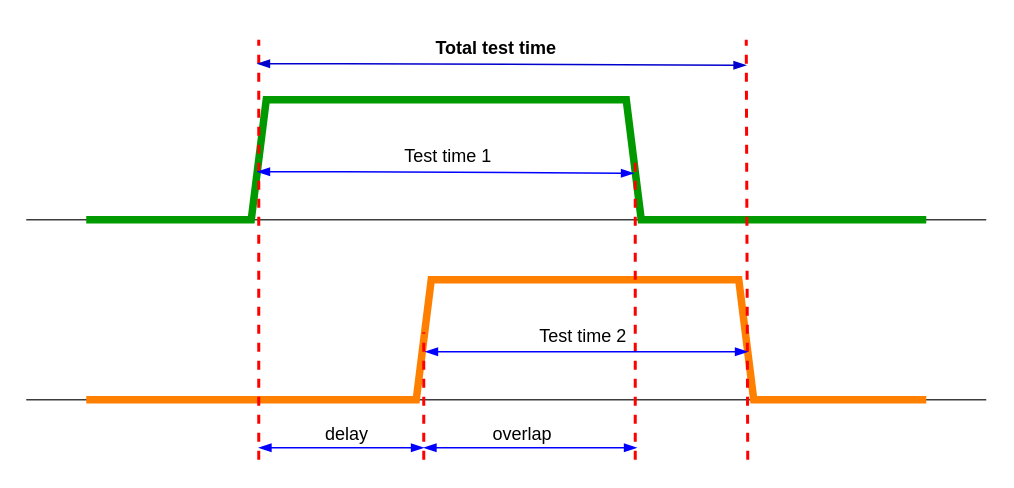
This is miscelaneous/time diagram.drawio from rnt-code/Mini-Test-App-QMH-ver-, a draw.io file, before an edit. Source tidied: cells renumbered, new cells numbered last; positions are measured from the earlier drawing's top-left corner, leaving out a move shared by most shapes. Both pictures are drawn from the tidied source at 150%, with x=0, y=0 at pixel (26, 26).
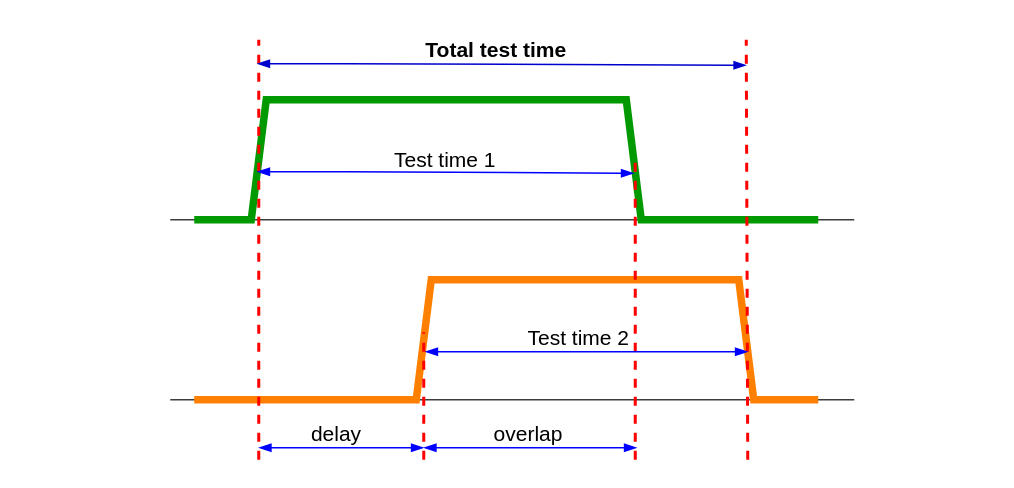
Above is the later version.

Diff of the diagram source:
```diff
@@
     <mxCell id="2" style="endArrow=none;html=1;rounded=0;strokeColor=#3D3D3D;" parent="1" edge="1">
       <mxGeometry relative="1" as="geometry">
-        <mxPoint y="249" as="sourcePoint" />
-        <mxPoint x="640" y="249" as="targetPoint" />
+        <mxPoint x="96" y="249" as="sourcePoint" />
+        <mxPoint x="552" y="249" as="targetPoint" />
       </mxGeometry>
     </mxCell>
     <mxCell id="3" style="endArrow=none;html=1;rounded=0;strokeColor=#3D3D3D;" parent="1" edge="1">
       <mxGeometry relative="1" as="geometry">
-        <mxPoint y="129" as="sourcePoint" />
-        <mxPoint x="640" y="129" as="targetPoint" />
+        <mxPoint x="96" y="129" as="sourcePoint" />
+        <mxPoint x="552" y="129" as="targetPoint" />
       </mxGeometry>
     </mxCell>
     <mxCell id="4" style="endArrow=none;html=1;rounded=0;strokeWidth=5;strokeColor=#009900;" parent="1" edge="1">
       <mxGeometry relative="1" as="geometry">
-        <mxPoint x="600" y="129" as="sourcePoint" />
-        <mxPoint x="40" y="129" as="targetPoint" />
+        <mxPoint x="528" y="129" as="sourcePoint" />
+        <mxPoint x="112" y="129" as="targetPoint" />
         <Array as="points">
           <mxPoint x="410" y="129" />
           <mxPoint x="400" y="49" />
           <mxPoint x="160" y="49" />
           <mxPoint x="150" y="129" />
         </Array>
       </mxGeometry>
     </mxCell>
     <mxCell id="5" style="endArrow=none;html=1;rounded=0;strokeWidth=5;strokeColor=#FF8000;" parent="1" edge="1">
       <mxGeometry relative="1" as="geometry">
-        <mxPoint x="600" y="249" as="sourcePoint" />
-        <mxPoint x="40" y="249" as="targetPoint" />
+        <mxPoint x="528" y="249" as="sourcePoint" />
+        <mxPoint x="112" y="249" as="targetPoint" />
         <Array as="points">
           <mxPoint x="485" y="249" />
           <mxPoint x="475" y="169" />
           <mxPoint x="270" y="169" />
           <mxPoint x="260" y="249" />
         </Array>
       </mxGeometry>
     </mxCell>
@@
-    <mxCell id="15" value="Total test time" style="text;html=1;strokeColor=none;fillColor=none;align=center;verticalAlign=middle;whiteSpace=wrap;rounded=0;fontStyle=1;" parent="1" vertex="1">
-      <mxGeometry x="265" width="97" height="30" as="geometry" />
+    <mxCell id="15" value="Total test time" style="text;html=1;strokeColor=none;fillColor=none;align=center;verticalAlign=middle;whiteSpace=wrap;rounded=0;fontStyle=1;fontSize=14;" parent="1" vertex="1">
+      <mxGeometry x="265" y="7" width="97" height="18" as="geometry" />
     </mxCell>
-    <mxCell id="16" value="Test time 1" style="text;html=1;strokeColor=none;fillColor=none;align=center;verticalAlign=middle;whiteSpace=wrap;rounded=0;fontStyle=0;" parent="1" vertex="1">
-      <mxGeometry x="250" y="72" width="63" height="30" as="geometry" />
+    <mxCell id="16" value="&lt;font style=&quot;font-size: 14px;&quot;&gt;Test time 1&lt;/font&gt;" style="text;html=1;strokeColor=none;fillColor=none;align=center;verticalAlign=middle;whiteSpace=wrap;rounded=0;fontStyle=0;" parent="1" vertex="1">
+      <mxGeometry x="243" y="80" width="73" height="17" as="geometry" />
     </mxCell>
-    <mxCell id="17" value="Test time 2" style="text;html=1;strokeColor=none;fillColor=none;align=center;verticalAlign=middle;whiteSpace=wrap;rounded=0;fontStyle=0;" parent="1" vertex="1">
-      <mxGeometry x="333" y="192" width="77" height="30" as="geometry" />
+    <mxCell id="17" value="&lt;font style=&quot;font-size: 14px;&quot;&gt;Test time 2&lt;/font&gt;" style="text;html=1;strokeColor=none;fillColor=none;align=center;verticalAlign=middle;whiteSpace=wrap;rounded=0;fontStyle=0;" parent="1" vertex="1">
+      <mxGeometry x="330" y="198" width="77" height="19" as="geometry" />
     </mxCell>
-    <mxCell id="18" value="overlap" style="text;html=1;strokeColor=none;fillColor=none;align=center;verticalAlign=middle;whiteSpace=wrap;rounded=0;fontStyle=0;" parent="1" vertex="1">
-      <mxGeometry x="311" y="257" width="40" height="30" as="geometry" />
+    <mxCell id="18" value="&lt;font style=&quot;font-size: 14px;&quot;&gt;overlap&lt;/font&gt;" style="text;html=1;strokeColor=none;fillColor=none;align=center;verticalAlign=middle;whiteSpace=wrap;rounded=0;fontStyle=0;" parent="1" vertex="1">
+      <mxGeometry x="310" y="264" width="50" height="16" as="geometry" />
     </mxCell>
-    <mxCell id="19" value="delay" style="text;html=1;strokeColor=none;fillColor=none;align=center;verticalAlign=middle;whiteSpace=wrap;rounded=0;fontStyle=0;" parent="1" vertex="1">
-      <mxGeometry x="194" y="257" width="40" height="30" as="geometry" />
+    <mxCell id="19" value="&lt;font style=&quot;font-size: 14px;&quot;&gt;delay&lt;/font&gt;" style="text;html=1;strokeColor=none;fillColor=none;align=center;verticalAlign=middle;whiteSpace=wrap;rounded=0;fontStyle=0;" parent="1" vertex="1">
+      <mxGeometry x="187" y="264" width="40" height="16" as="geometry" />
     </mxCell>
```
